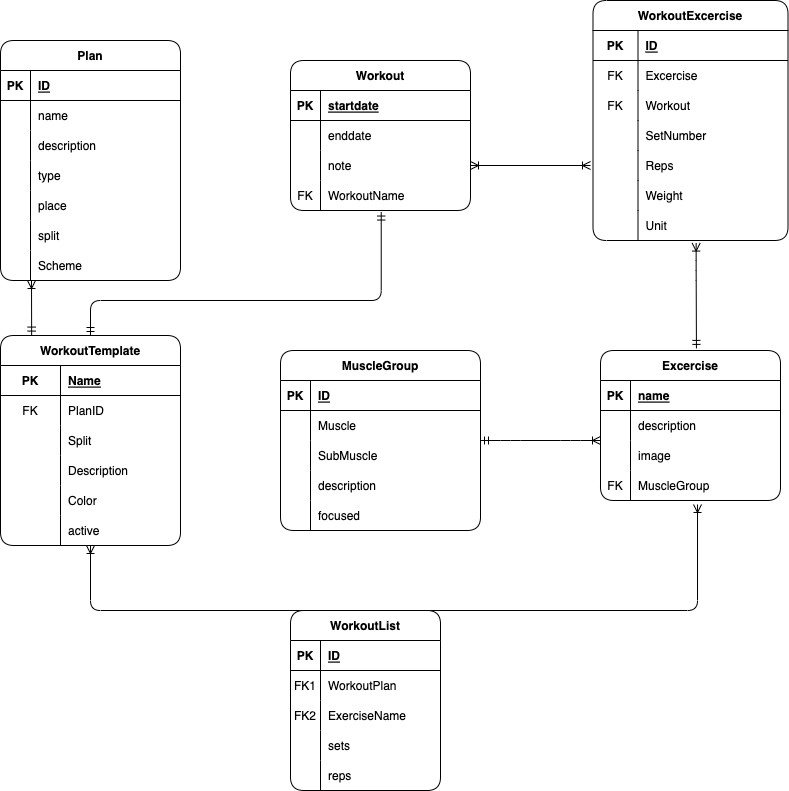
This is documentation/erm.png from Patsch36/SweatFlix, a draw.io export, as it was before one commit. Source tidied: cells renumbered, new cells last; positions are measured from the earlier drawing's top-left corner, leaving out a move shared by most shapes.
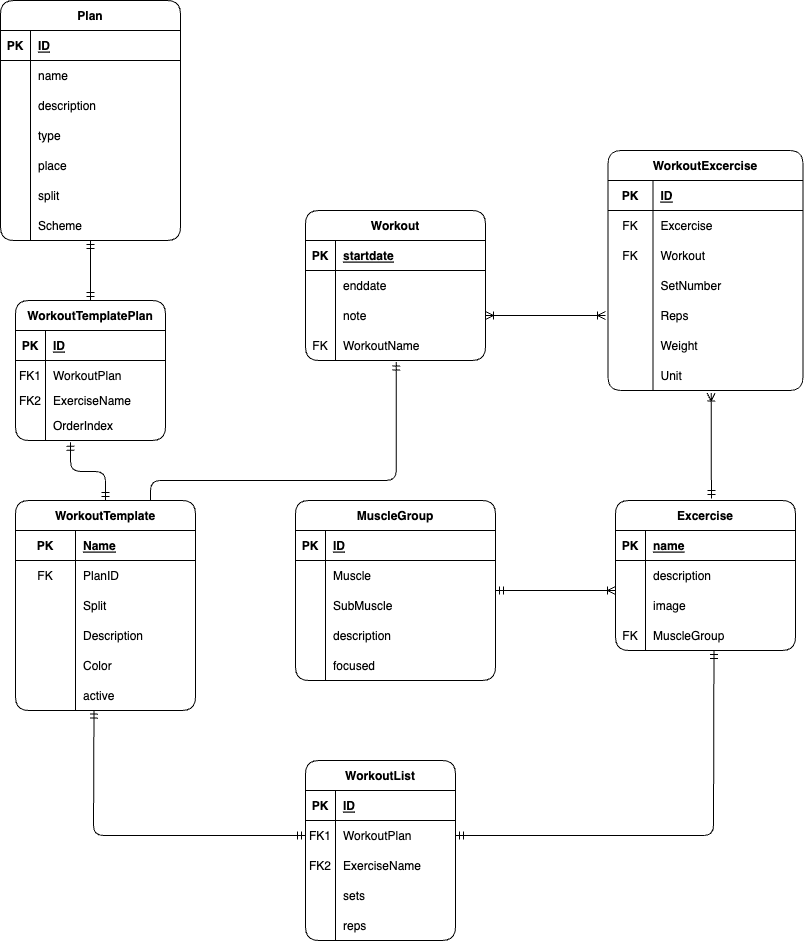
The same diagram one commit later.

Commit message:
add: diagramms, fix: Display plan-workouts if less workouts than t in scheme

The edit, as a diff of the source:
```diff
@@ -3,13 +3,13 @@
     <mxCell id="0" />
     <mxCell id="1" parent="0" />
     <mxCell id="2" style="shape=tableRow;horizontal=0;startSize=0;swimlaneHead=0;swimlaneBody=0;fillColor=none;top=0;left=0;right=0;bottom=0;rounded=1;" parent="1" vertex="1">
-      <mxGeometry y="180" width="180" as="geometry" />
+      <mxGeometry x="-1" y="70" width="180" as="geometry" />
     </mxCell>
     <mxCell id="3" style="shape=partialRectangle;fillColor=none;top=0;left=0;bottom=0;right=0;overflow=hidden;rounded=1;" parent="2" vertex="1">
       <mxGeometry width="30" height="30" as="geometry" />
     </mxCell>
     <mxCell id="4" value="Plan" style="shape=table;startSize=30;rowLines=0;fontStyle=1;align=center;rounded=1;" parent="1" vertex="1">
-      <mxGeometry y="40" width="180" height="240" as="geometry" />
+      <mxGeometry x="-15" y="-150" width="180" height="240" as="geometry" />
     </mxCell>
     <mxCell id="5" style="shape=tableRow;horizontal=0;startSize=0;swimlaneHead=0;swimlaneBody=0;fillColor=none;top=0;left=0;right=0;bottom=1;rounded=1;" parent="4" vertex="1">
       <mxGeometry y="30" width="180" height="30" as="geometry" />
@@ -113,11 +113,6 @@
     <mxCell id="38" value="WorkoutName" style="shape=partialRectangle;fillColor=none;top=0;left=0;bottom=0;right=0;align=left;spacingLeft=6;overflow=hidden;rounded=1;" parent="36" vertex="1">
       <mxGeometry x="30" width="150" height="30" as="geometry" />
     </mxCell>
-    <mxCell id="39" style="fontSize=12;html=1;endArrow=ERmandOne;startArrow=ERoneToMany;startFill=0;entryX=0.173;entryY=-0.002;entryDx=0;entryDy=0;entryPerimeter=0;endFill=0;rounded=1;" parent="1" edge="1" target="96">
-      <mxGeometry relative="1" as="geometry">
-        <mxPoint x="31" y="280" as="sourcePoint" />
-      </mxGeometry>
-    </mxCell>
     <mxCell id="40" value="MuscleGroup" style="shape=table;startSize=30;rowLines=0;fontStyle=1;align=center;rounded=1;" parent="1" vertex="1">
       <mxGeometry x="280" y="350" width="200" height="180" as="geometry" />
     </mxCell>
@@ -289,24 +284,24 @@
         <mxPoint x="590" y="165" as="targetPoint" />
       </mxGeometry>
     </mxCell>
-    <mxCell id="94" style="edgeStyle=elbowEdgeStyle;elbow=vertical;html=1;entryX=0.539;entryY=1.133;entryDx=0;entryDy=0;entryPerimeter=0;startArrow=ERoneToMany;startFill=0;endArrow=ERoneToMany;endFill=0;rounded=1;" parent="1" edge="1" source="96" target="66">
-      <mxGeometry relative="1" as="geometry">
-        <Array as="points">
-          <mxPoint x="330" y="610" />
-          <mxPoint x="390" y="570" />
-        </Array>
-      </mxGeometry>
-    </mxCell>
-    <mxCell id="95" style="edgeStyle=elbowEdgeStyle;elbow=vertical;html=1;entryX=0.504;entryY=1.051;entryDx=0;entryDy=0;entryPerimeter=0;startArrow=ERmandOne;startFill=0;endArrow=ERmandOne;endFill=0;rounded=1;" parent="1" edge="1" source="96" target="36">
+    <mxCell id="95" style="edgeStyle=elbowEdgeStyle;elbow=vertical;html=1;entryX=0.504;entryY=1.051;entryDx=0;entryDy=0;entryPerimeter=0;startArrow=none;startFill=0;endArrow=ERmandOne;endFill=0;rounded=1;exitX=0.75;exitY=0;exitDx=0;exitDy=0;" parent="1" edge="1" source="96" target="36">
       <mxGeometry relative="1" as="geometry">
         <Array as="points">
+          <mxPoint x="260" y="330" />
+          <mxPoint x="170" y="300" />
+          <mxPoint x="330" y="400" />
+          <mxPoint x="220" y="450" />
+          <mxPoint x="180" y="330" />
+          <mxPoint x="240" y="330" />
+          <mxPoint x="80" y="320" />
+          <mxPoint x="170" y="310" />
           <mxPoint x="350" y="300" />
           <mxPoint x="250" y="300" />
         </Array>
       </mxGeometry>
     </mxCell>
     <mxCell id="96" value="WorkoutTemplate" style="shape=table;startSize=30;rowLines=0;fontStyle=1;align=center;rounded=1;" parent="1" vertex="1">
-      <mxGeometry y="335" width="180" height="210" as="geometry" />
+      <mxGeometry y="350" width="180" height="210" as="geometry" />
     </mxCell>
     <mxCell id="97" style="shape=tableRow;horizontal=0;startSize=0;swimlaneHead=0;swimlaneBody=0;fillColor=none;top=0;left=0;right=0;bottom=1;rounded=1;" parent="96" vertex="1">
       <mxGeometry y="30" width="180" height="30" as="geometry" />
@@ -410,5 +405,64 @@
     <mxCell id="130" value="reps" style="shape=partialRectangle;fillColor=none;top=0;left=0;bottom=0;right=0;align=left;spacingLeft=6;overflow=hidden;rounded=1;" parent="128" vertex="1">
       <mxGeometry x="30" width="120" height="30" as="geometry" />
     </mxCell>
+    <mxCell id="131" style="edgeStyle=none;html=1;exitX=0;exitY=0.5;exitDx=0;exitDy=0;entryX=0.436;entryY=0.987;entryDx=0;entryDy=0;entryPerimeter=0;startArrow=ERmandOne;startFill=0;endArrow=ERmandOne;endFill=0;" parent="1" edge="1" source="119" target="112">
+      <mxGeometry relative="1" as="geometry">
+        <Array as="points">
+          <mxPoint x="78" y="685" />
+        </Array>
+      </mxGeometry>
+    </mxCell>
+    <mxCell id="132" style="edgeStyle=none;html=1;exitX=1;exitY=0.5;exitDx=0;exitDy=0;entryX=0.547;entryY=1;entryDx=0;entryDy=0;entryPerimeter=0;startArrow=ERmandOne;startFill=0;endArrow=ERmandOne;endFill=0;" parent="1" edge="1" source="119" target="66">
+      <mxGeometry relative="1" as="geometry">
+        <Array as="points">
+          <mxPoint x="698" y="685" />
+        </Array>
+      </mxGeometry>
+    </mxCell>
+    <mxCell id="133" style="edgeStyle=elbowEdgeStyle;elbow=vertical;html=1;entryX=0.367;entryY=1.056;entryDx=0;entryDy=0;entryPerimeter=0;startArrow=ERmandOne;startFill=0;endArrow=ERmandOne;endFill=0;rounded=1;" parent="1" edge="1" source="96" target="145">
+      <mxGeometry relative="1" as="geometry" />
+    </mxCell>
+    <mxCell id="134" style="edgeStyle=none;html=1;exitX=0.5;exitY=0;exitDx=0;exitDy=0;startArrow=ERmandOne;startFill=0;endArrow=ERmandOne;endFill=0;" parent="1" edge="1" source="135" target="23">
+      <mxGeometry relative="1" as="geometry" />
+    </mxCell>
+    <mxCell id="135" value="WorkoutTemplatePlan" style="shape=table;startSize=30;rowLines=0;fontStyle=1;align=center;rounded=1;" parent="1" vertex="1">
+      <mxGeometry y="150" width="150" height="140" as="geometry" />
+    </mxCell>
+    <mxCell id="136" style="shape=tableRow;horizontal=0;startSize=0;swimlaneHead=0;swimlaneBody=0;fillColor=none;top=0;left=0;right=0;bottom=1;rounded=1;" parent="135" vertex="1">
+      <mxGeometry y="30" width="150" height="30" as="geometry" />
+    </mxCell>
+    <mxCell id="137" value="PK" style="shape=partialRectangle;fillColor=none;top=0;left=0;bottom=0;right=0;fontStyle=1;overflow=hidden;rounded=1;" parent="136" vertex="1">
+      <mxGeometry width="30" height="30" as="geometry" />
+    </mxCell>
+    <mxCell id="138" value="ID" style="shape=partialRectangle;fillColor=none;top=0;left=0;bottom=0;right=0;align=left;spacingLeft=6;fontStyle=5;overflow=hidden;rounded=1;" parent="136" vertex="1">
+      <mxGeometry x="30" width="120" height="30" as="geometry" />
+    </mxCell>
+    <mxCell id="139" style="shape=tableRow;horizontal=0;startSize=0;swimlaneHead=0;swimlaneBody=0;fillColor=none;top=0;left=0;right=0;bottom=0;rounded=1;" parent="135" vertex="1">
+      <mxGeometry y="60" width="150" height="30" as="geometry" />
+    </mxCell>
+    <mxCell id="140" value="FK1" style="shape=partialRectangle;fillColor=none;top=0;left=0;bottom=0;right=0;fontStyle=0;overflow=hidden;rounded=1;" parent="139" vertex="1">
+      <mxGeometry width="30" height="30" as="geometry" />
+    </mxCell>
+    <mxCell id="141" value="WorkoutPlan" style="shape=partialRectangle;fillColor=none;top=0;left=0;bottom=0;right=0;align=left;spacingLeft=6;fontStyle=0;overflow=hidden;rounded=1;" parent="139" vertex="1">
+      <mxGeometry x="30" width="120" height="30" as="geometry" />
+    </mxCell>
+    <mxCell id="142" style="shape=tableRow;horizontal=0;startSize=0;swimlaneHead=0;swimlaneBody=0;fillColor=none;top=0;left=0;right=0;bottom=0;" parent="135" vertex="1">
+      <mxGeometry y="90" width="150" height="20" as="geometry" />
+    </mxCell>
+    <mxCell id="143" value="FK2" style="shape=partialRectangle;fillColor=none;top=0;left=0;bottom=0;right=0;fontStyle=0;overflow=hidden;" parent="142" vertex="1">
+      <mxGeometry width="30" height="20" as="geometry" />
+    </mxCell>
+    <mxCell id="144" value="ExerciseName" style="shape=partialRectangle;fillColor=none;top=0;left=0;bottom=0;right=0;align=left;spacingLeft=6;fontStyle=0;overflow=hidden;" parent="142" vertex="1">
+      <mxGeometry x="30" width="120" height="20" as="geometry" />
+    </mxCell>
+    <mxCell id="145" style="shape=tableRow;horizontal=0;startSize=0;swimlaneHead=0;swimlaneBody=0;fillColor=none;points=[[0,0.5],[1,0.5]];portConstraint=eastwest;top=0;left=0;right=0;bottom=0;rounded=1;" parent="135" vertex="1">
+      <mxGeometry y="110" width="150" height="30" as="geometry" />
+    </mxCell>
+    <mxCell id="146" style="shape=partialRectangle;fillColor=none;top=0;left=0;bottom=0;right=0;overflow=hidden;rounded=1;" parent="145" vertex="1">
+      <mxGeometry width="30" height="30" as="geometry" />
+    </mxCell>
+    <mxCell id="147" value="OrderIndex" style="shape=partialRectangle;fillColor=none;top=0;left=0;bottom=0;right=0;align=left;spacingLeft=6;overflow=hidden;rounded=1;" parent="145" vertex="1">
+      <mxGeometry x="30" width="120" height="30" as="geometry" />
+    </mxCell>
   </root>
 </mxGraphModel>
```
